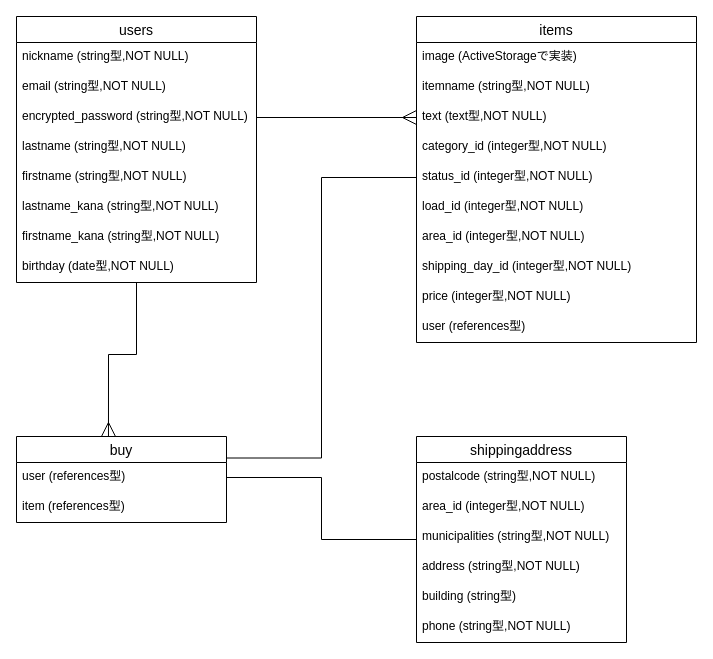
Above: furima.dio in yutamiura7/furima-36425 (draw.io), before the change. Source tidied: cells renumbered, new cells numbered last; positions are measured from the earlier drawing's top-left corner, leaving out a move shared by most shapes. Both pictures are drawn from the tidied source at 100%, with x=0, y=0 at pixel (16, 16).
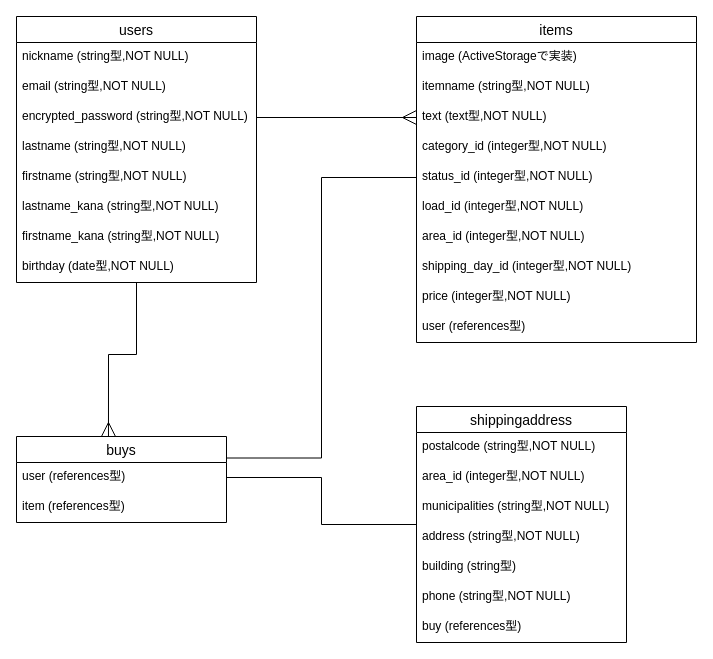
The same diagram, later.

Commit message (it also covers changes not shown here):
shippingaddressテーブルとER図修正2

Change to the diagram source:
```diff
@@
-    <mxCell id="23" value="buy" style="swimlane;fontStyle=0;horizontal=1;startSize=26;align=center;fontSize=14;" parent="1" vertex="1">
+    <mxCell id="23" value="buys" style="swimlane;fontStyle=0;horizontal=1;startSize=26;align=center;fontSize=14;" parent="1" vertex="1">
       <mxGeometry y="420" width="210" height="86" as="geometry" />
     </mxCell>
@@
     <mxCell id="27" value="shippingaddress" style="swimlane;fontStyle=0;horizontal=1;startSize=26;align=center;fontSize=14;" parent="1" vertex="1">
-      <mxGeometry x="400" y="420" width="210" height="206" as="geometry" />
+      <mxGeometry x="400" y="390" width="210" height="236" as="geometry" />
     </mxCell>
@@
+    <mxCell id="36" value="buy (references型)" style="text;strokeColor=none;fillColor=none;spacingLeft=4;spacingRight=4;overflow=hidden;fontSize=12;" parent="27" vertex="1">
+      <mxGeometry y="206" width="210" height="30" as="geometry" />
+    </mxCell>
```
